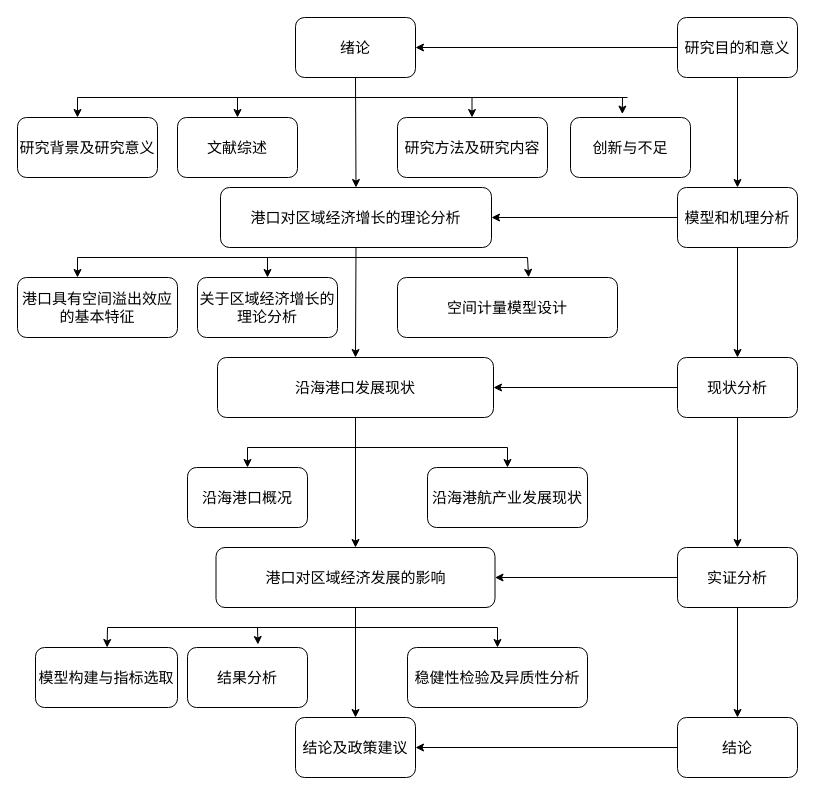
This is page "Page-1" (1 of 3) of Untitled Diagram.drawio from lovelyxin1998/tokens, a draw.io file, before an edit. Source tidied: cells renumbered, new cells numbered last; positions are measured from the earlier drawing's top-left corner, leaving out a move shared by most shapes. Both pictures are drawn from the tidied source at 100%, with x=0, y=0 at pixel (17, 17).
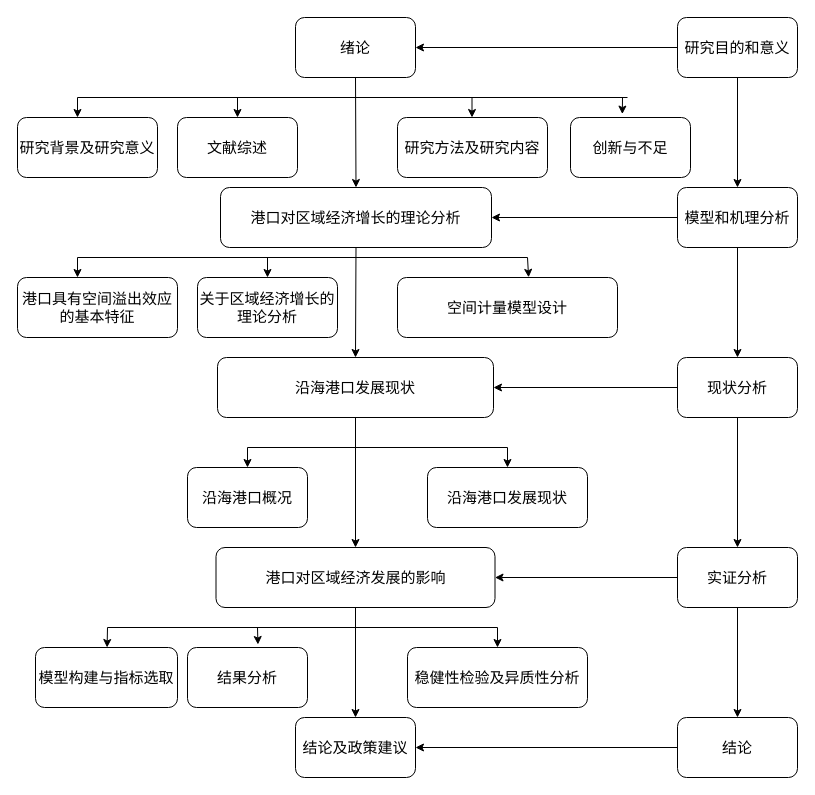
After the change.

What changed in the source:
```diff
@@
-    <mxCell id="18" value="沿海港航产业发展现状" style="rounded=1;whiteSpace=wrap;html=1;fontSize=15;" parent="1" vertex="1">
+    <mxCell id="18" value="沿海港口发展现状" style="rounded=1;whiteSpace=wrap;html=1;fontSize=15;" parent="1" vertex="1">
       <mxGeometry x="410" y="450" width="160" height="60" as="geometry" />
     </mxCell>
```
